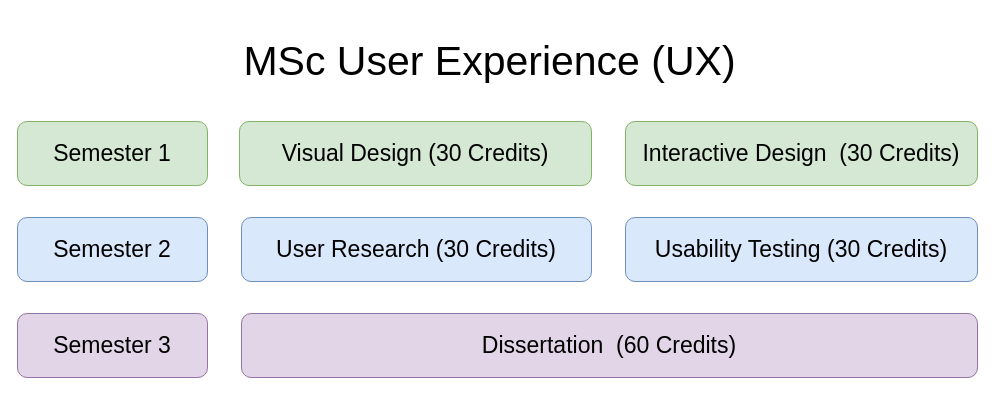
The draw.io diagram page "NEW MSc User Experience (UX)" (1 of 3) of old_diagrams/masters.drawio in martinsolent/solent_diagrams, before the edit. Source tidied: cells renumbered, new cells numbered last; positions are measured from the earlier drawing's top-left corner, leaving out a move shared by most shapes. Both pictures are drawn from the tidied source at 100%, with x=0, y=0 at pixel (17, 25).
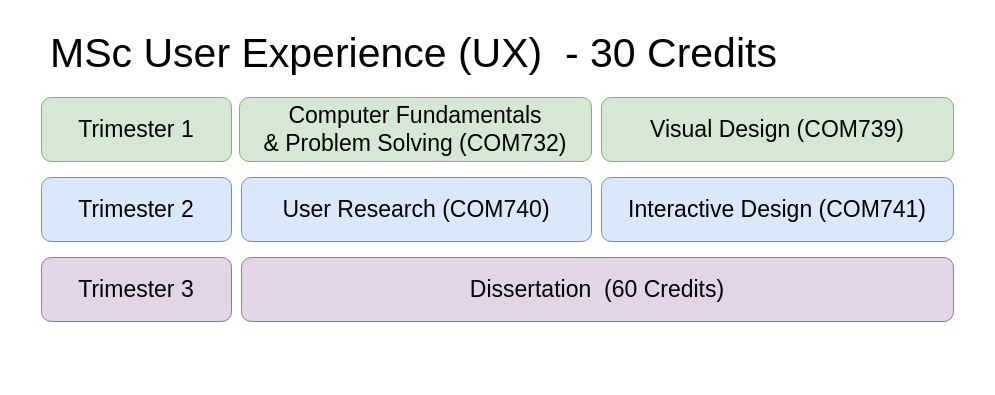
Above is the later version.

What changed in the source:
```diff
@@
 <mxGraphModel>
   <root>
     <mxCell id="0" />
     <mxCell id="1" parent="0" />
-    <mxCell id="2" value="User Research (30 Credits)" style="rounded=1;whiteSpace=wrap;html=1;fillColor=#dae8fc;strokeColor=#6c8ebf;fontSize=23;" parent="1" vertex="1">
-      <mxGeometry x="224" y="192" width="350" height="64" as="geometry" />
+    <mxCell id="2" value="User Research (COM740)" style="rounded=1;whiteSpace=wrap;html=1;fillColor=#dae8fc;strokeColor=#6c8ebf;fontSize=23;" parent="1" vertex="1">
+      <mxGeometry x="224" y="152" width="350" height="64" as="geometry" />
     </mxCell>
-    <mxCell id="3" value="Usability Testing (30 Credits)" style="rounded=1;whiteSpace=wrap;html=1;fillColor=#dae8fc;strokeColor=#6c8ebf;fontSize=23;" parent="1" vertex="1">
-      <mxGeometry x="608" y="192" width="352" height="64" as="geometry" />
+    <mxCell id="3" value="&lt;span style=&quot;color: rgb(0, 0, 0);&quot;&gt;Interactive Design&amp;nbsp;&lt;/span&gt;(COM741)" style="rounded=1;whiteSpace=wrap;html=1;fillColor=#dae8fc;strokeColor=#6c8ebf;fontSize=23;" parent="1" vertex="1">
+      <mxGeometry x="584" y="152" width="352" height="64" as="geometry" />
     </mxCell>
-    <mxCell id="4" value="Visual Design&amp;nbsp;(30 Credits)" style="rounded=1;whiteSpace=wrap;html=1;fillColor=#d5e8d4;strokeColor=#82b366;fontSize=23;" parent="1" vertex="1">
-      <mxGeometry x="222" y="96" width="352" height="64" as="geometry" />
-    </mxCell>
-    <mxCell id="5" value="Interactive Design&amp;nbsp;&amp;nbsp;(30 Credits)" style="rounded=1;whiteSpace=wrap;html=1;fillColor=#d5e8d4;strokeColor=#82b366;fontSize=23;" parent="1" vertex="1">
-      <mxGeometry x="608" y="96" width="352" height="64" as="geometry" />
+    <mxCell id="5" value="&lt;span style=&quot;color: rgb(0, 0, 0);&quot;&gt;Visual Design&lt;/span&gt;&amp;nbsp;(COM739)" style="rounded=1;whiteSpace=wrap;html=1;fillColor=#d5e8d4;strokeColor=#82b366;fontSize=23;" parent="1" vertex="1">
+      <mxGeometry x="584" y="72" width="352" height="64" as="geometry" />
     </mxCell>
     <mxCell id="6" value="Dissertation&amp;nbsp; (60 Credits)" style="rounded=1;whiteSpace=wrap;html=1;fillColor=#e1d5e7;strokeColor=#9673a6;fontSize=23;" parent="1" vertex="1">
-      <mxGeometry x="224" y="288" width="736" height="64" as="geometry" />
+      <mxGeometry x="224" y="232" width="712" height="64" as="geometry" />
     </mxCell>
-    <mxCell id="7" value="Semester 2" style="rounded=1;whiteSpace=wrap;html=1;fillColor=#dae8fc;strokeColor=#6c8ebf;fontSize=23;" parent="1" vertex="1">
-      <mxGeometry y="192" width="190" height="64" as="geometry" />
+    <mxCell id="7" value="Trimester 2" style="rounded=1;whiteSpace=wrap;html=1;fillColor=#dae8fc;strokeColor=#6c8ebf;fontSize=23;" parent="1" vertex="1">
+      <mxGeometry x="24" y="152" width="190" height="64" as="geometry" />
     </mxCell>
-    <mxCell id="8" value="Semester 1" style="rounded=1;whiteSpace=wrap;html=1;fillColor=#d5e8d4;strokeColor=#82b366;fontSize=23;" parent="1" vertex="1">
-      <mxGeometry y="96" width="190" height="64" as="geometry" />
+    <mxCell id="8" value="Trimester 1" style="rounded=1;whiteSpace=wrap;html=1;fillColor=#d5e8d4;strokeColor=#82b366;fontSize=23;" parent="1" vertex="1">
+      <mxGeometry x="24" y="72" width="190" height="64" as="geometry" />
     </mxCell>
-    <mxCell id="9" value="Semester 3" style="rounded=1;whiteSpace=wrap;html=1;fillColor=#e1d5e7;strokeColor=#9673a6;fontSize=23;" parent="1" vertex="1">
-      <mxGeometry y="288" width="190" height="64" as="geometry" />
+    <mxCell id="9" value="Trimester 3" style="rounded=1;whiteSpace=wrap;html=1;fillColor=#e1d5e7;strokeColor=#9673a6;fontSize=23;" parent="1" vertex="1">
+      <mxGeometry x="24" y="232" width="190" height="64" as="geometry" />
     </mxCell>
-    <mxCell id="10" value="&lt;font style=&quot;font-size: 41px;&quot;&gt;MSc User Experience (UX)&lt;/font&gt;" style="text;html=1;align=center;verticalAlign=middle;strokeColor=none;fillColor=none;" parent="1" vertex="1">
-      <mxGeometry x="216" width="512" height="72" as="geometry" />
+    <mxCell id="10" value="&lt;font style=&quot;font-size: 41px;&quot;&gt;MSc User Experience (UX)&amp;nbsp; - 30 Credits&lt;/font&gt;" style="text;html=1;align=center;verticalAlign=middle;strokeColor=none;fillColor=none;" parent="1" vertex="1">
+      <mxGeometry x="24" y="-8" width="744" height="72" as="geometry" />
     </mxCell>
+    <mxCell id="11" value="&lt;font style=&quot;font-size: 23px; color: rgb(0, 0, 0);&quot;&gt;Computer Fundamentals &lt;br&gt;&amp;amp; Problem Solving (COM732)&lt;/font&gt;" style="rounded=1;whiteSpace=wrap;html=1;fillColor=#d5e8d4;strokeColor=#82b366;fontSize=23;" parent="1" vertex="1">
+      <mxGeometry x="222" y="72" width="352" height="64" as="geometry" />
+    </mxCell>
   </root>
 </mxGraphModel>
```
